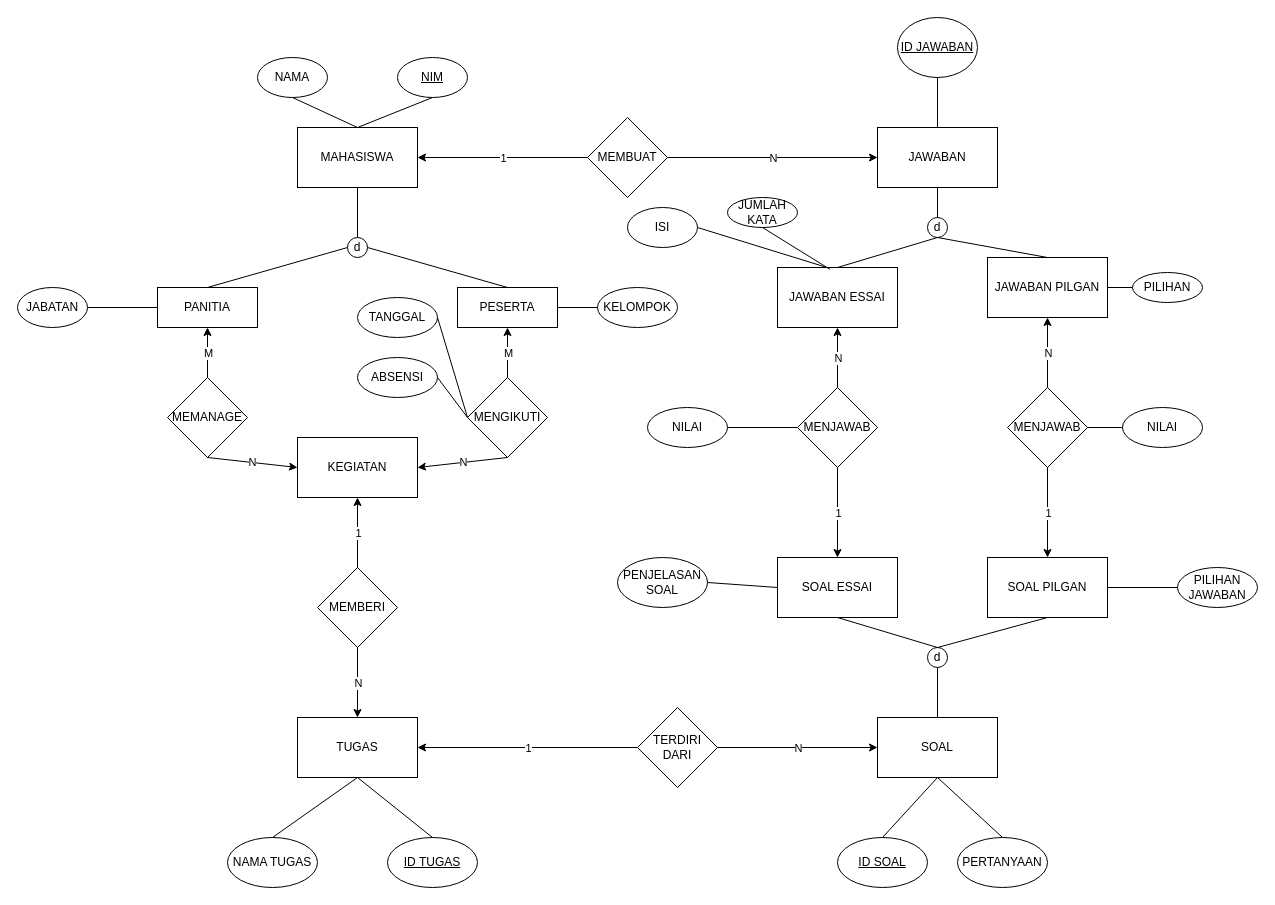
faris-afk/SIMABA keeps this draw.io diagram as EERD.drawio. Above is the earlier version. Source tidied: cells renumbered, new cells numbered last; positions are measured from the earlier drawing's top-left corner, leaving out a move shared by most shapes. Both pictures are drawn from the tidied source at 100%, with x=0, y=0 at pixel (17, 17).
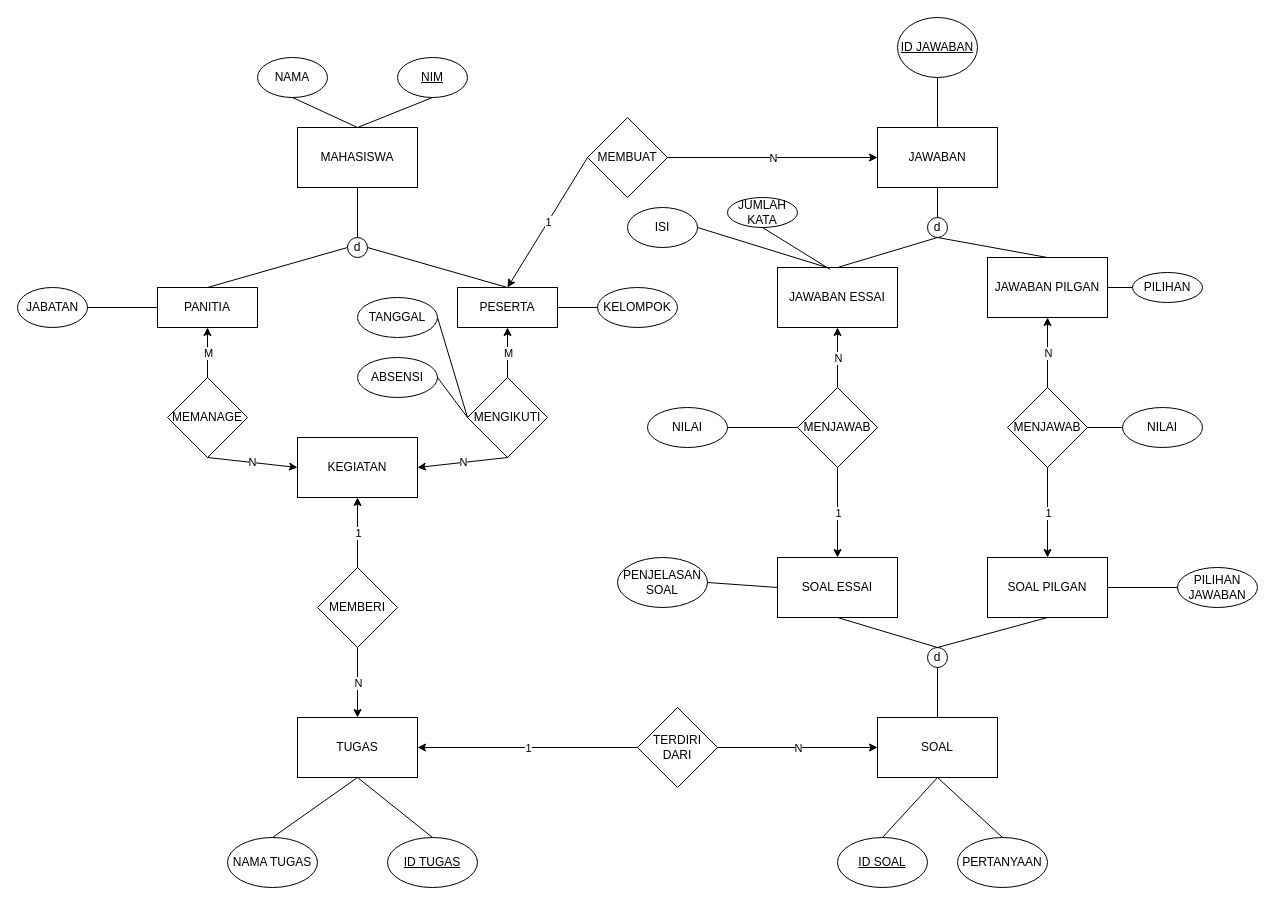
Above is the later version.

Unchanged cells that the change refers to:
```xml
<mxCell id="2" value="MAHASISWA" style="rounded=0;whiteSpace=wrap;html=1;" parent="1" vertex="1">
  <mxGeometry x="280" y="110" width="120" height="60" as="geometry" />
</mxCell>
<mxCell id="21" value="MEMBUAT" style="rhombus;whiteSpace=wrap;html=1;" parent="1" vertex="1">
  <mxGeometry x="570" y="100" width="80" height="80" as="geometry" />
</mxCell>
```

Change to the diagram source:
```diff
@@
-    <mxCell id="22" style="endArrow=classic;html=1;exitX=0;exitY=0.5;exitDx=0;exitDy=0;entryX=1;entryY=0.5;entryDx=0;entryDy=0;" parent="1" edge="1" source="21" target="2">
-      <mxGeometry relative="1" as="geometry" />
+    <mxCell id="22" style="endArrow=classic;html=1;exitX=0;exitY=0.5;exitDx=0;exitDy=0;" parent="1" edge="1" source="21">
+      <mxGeometry relative="1" as="geometry">
+        <mxPoint x="490" y="270" as="targetPoint" />
+      </mxGeometry>
     </mxCell>
```
